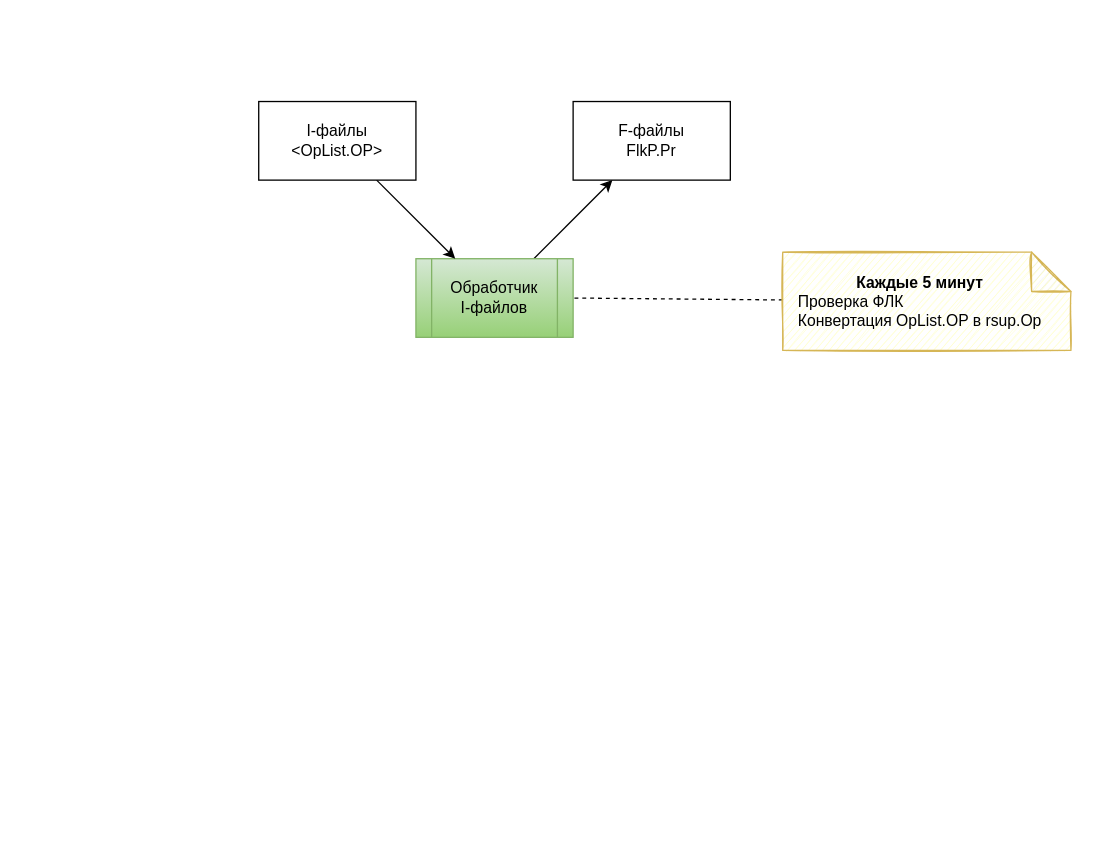
The draw.io diagram erz-proc.drawio in yuraigle/drawio-files, before the edit. Source tidied: cells renumbered, new cells numbered last; positions are measured from the earlier drawing's top-left corner, leaving out a move shared by most shapes. Both pictures are drawn from the tidied source at 131%, with x=0, y=0 at pixel (258, 101).
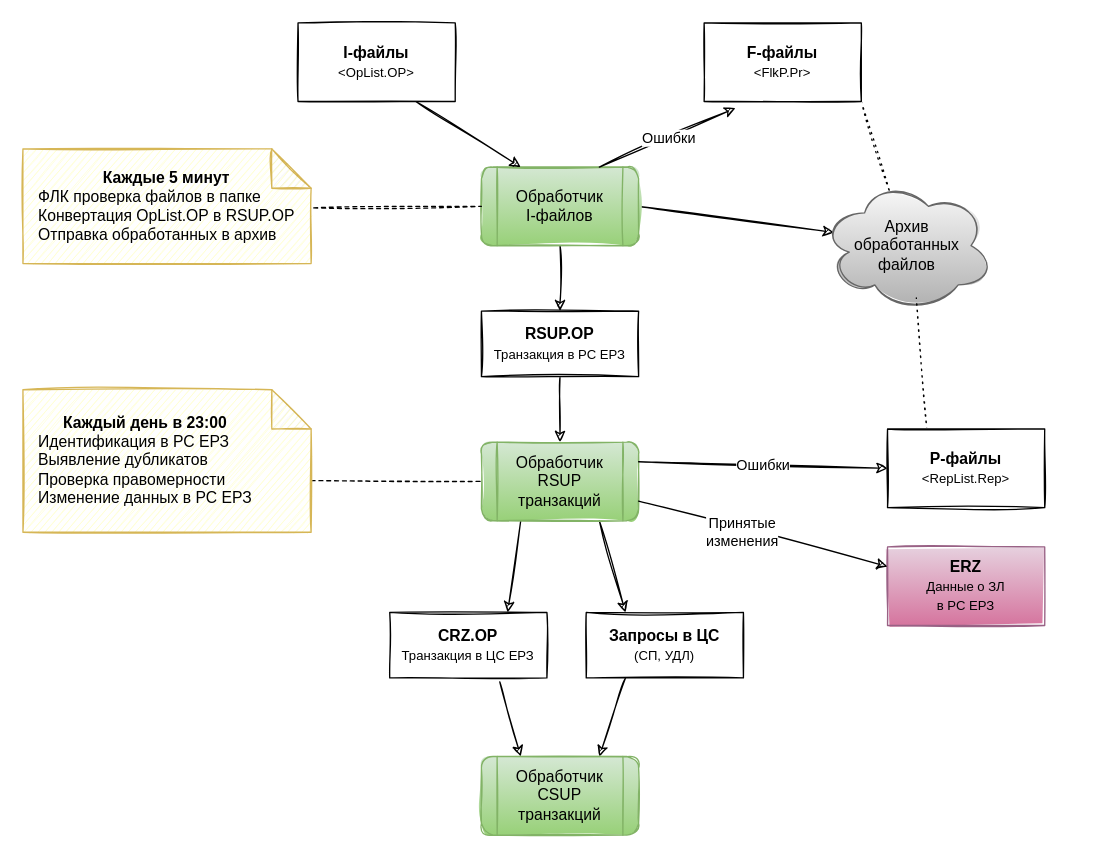
The same diagram, later.

Diff of the diagram source:
```diff
@@
-    <mxCell id="2" style="edgeStyle=none;rounded=0;jettySize=auto;html=1;exitX=0.75;exitY=0;exitDx=0;exitDy=0;entryX=0.25;entryY=1;entryDx=0;entryDy=0;startArrow=none;startFill=0;endArrow=classic;endFill=1;" parent="1" edge="1" source="3" target="8">
-      <mxGeometry relative="1" as="geometry" />
-    </mxCell>
+    <mxCell id="9" style="edgeStyle=orthogonalEdgeStyle;rounded=0;jettySize=auto;html=1;exitX=0.5;exitY=1;exitDx=0;exitDy=0;entryX=0.5;entryY=0;entryDx=0;entryDy=0;sketch=1;" parent="1" edge="1" source="3" target="13">
+      <mxGeometry relative="1" as="geometry" />
+    </mxCell>
+    <mxCell id="10" style="edgeStyle=none;rounded=0;jettySize=auto;html=1;exitX=1;exitY=0.5;exitDx=0;exitDy=0;entryX=0.07;entryY=0.4;entryDx=0;entryDy=0;entryPerimeter=0;endArrow=classic;endFill=1;sketch=1;" parent="1" edge="1" source="3" target="19">
+      <mxGeometry relative="1" as="geometry" />
+    </mxCell>
-    <mxCell id="3" value="Обработчик&lt;br&gt;I-файлов" style="shape=process;whiteSpace=wrap;html=1;backgroundOutline=1;fillColor=#d5e8d4;gradientColor=#97d077;strokeColor=#82b366;" parent="1" vertex="1">
-      <mxGeometry x="120" y="120" width="120" height="60" as="geometry" />
+    <mxCell id="3" value="Обработчик&lt;br&gt;I-файлов" style="shape=process;whiteSpace=wrap;html=1;backgroundOutline=1;fillColor=#d5e8d4;gradientColor=#97d077;strokeColor=#82b366;sketch=1;rounded=1;" parent="1" vertex="1">
+      <mxGeometry x="170" y="50" width="120" height="60" as="geometry" />
     </mxCell>
-    <mxCell id="4" style="jettySize=auto;html=1;entryX=1;entryY=0.5;entryDx=0;entryDy=0;rounded=0;endArrow=none;endFill=0;dashed=1;" parent="1" edge="1" source="5" target="3">
+    <mxCell id="4" style="jettySize=auto;html=1;entryX=0;entryY=0.5;entryDx=0;entryDy=0;rounded=0;endArrow=none;endFill=0;dashed=1;exitX=1.009;exitY=0.514;exitDx=0;exitDy=0;exitPerimeter=0;sketch=1;" parent="1" edge="1" source="5" target="3">
       <mxGeometry relative="1" as="geometry" />
     </mxCell>
-    <mxCell id="5" value="&lt;div style=&quot;text-align: center&quot;&gt;&lt;b&gt;Каждые 5 минут&lt;/b&gt;&lt;/div&gt;Проверка ФЛК&lt;br&gt;Конвертация OpList.OP в rsup.Op" style="shape=note;whiteSpace=wrap;html=1;backgroundOutline=1;darkOpacity=0.05;strokeColor=#d6b656;fillColor=#FFFFCC;align=left;shadow=0;sketch=1;spacingLeft=10;spacingRight=10;" parent="1" vertex="1">
-      <mxGeometry x="400" y="115" width="220" height="75" as="geometry" />
+    <mxCell id="5" value="&lt;div style=&quot;text-align: center&quot;&gt;&lt;b&gt;Каждые 5 минут&lt;/b&gt;&lt;/div&gt;ФЛК проверка файлов в папке&lt;br&gt;Конвертация OpList.OP в RSUP.OP&lt;br&gt;Отправка обработанных в архив" style="shape=note;whiteSpace=wrap;html=1;backgroundOutline=1;darkOpacity=0.05;strokeColor=#d6b656;fillColor=#FFFFCC;align=left;shadow=0;sketch=1;spacingLeft=10;spacingRight=10;" parent="1" vertex="1">
+      <mxGeometry x="-180" y="36.2" width="220" height="87.5" as="geometry" />
     </mxCell>
-    <mxCell id="6" style="edgeStyle=none;rounded=0;jettySize=auto;html=1;exitX=0.75;exitY=1;exitDx=0;exitDy=0;entryX=0.25;entryY=0;entryDx=0;entryDy=0;endArrow=classic;endFill=1;startArrow=none;startFill=0;" parent="1" edge="1" source="7" target="3">
+    <mxCell id="6" style="edgeStyle=none;rounded=0;jettySize=auto;html=1;exitX=0.75;exitY=1;exitDx=0;exitDy=0;entryX=0.25;entryY=0;entryDx=0;entryDy=0;endArrow=classic;endFill=1;startArrow=none;startFill=0;sketch=1;" parent="1" edge="1" source="7" target="3">
       <mxGeometry relative="1" as="geometry" />
     </mxCell>
-    <mxCell id="7" value="&lt;span&gt;I-файлы&lt;/span&gt;&lt;br&gt;&lt;span&gt;&amp;lt;OpList.OP&amp;gt;&lt;/span&gt;" style="rounded=0;whiteSpace=wrap;html=1;" parent="1" vertex="1">
-      <mxGeometry width="120" height="60" as="geometry" />
+    <mxCell id="7" value="&lt;span&gt;&lt;b&gt;I-файлы&lt;/b&gt;&lt;/span&gt;&lt;br&gt;&lt;span&gt;&lt;font style=&quot;font-size: 10px&quot;&gt;&amp;lt;OpList.OP&amp;gt;&lt;/font&gt;&lt;/span&gt;" style="rounded=0;whiteSpace=wrap;html=1;sketch=1;" parent="1" vertex="1">
+      <mxGeometry x="30" y="-60" width="120" height="60" as="geometry" />
     </mxCell>
+    <mxCell id="11" style="edgeStyle=none;rounded=0;sketch=1;jettySize=auto;html=1;exitX=1;exitY=1;exitDx=0;exitDy=0;entryX=0.4;entryY=0.1;entryDx=0;entryDy=0;entryPerimeter=0;dashed=1;endArrow=none;endFill=0;dashPattern=1 4;" parent="1" edge="1" source="8" target="19">
+      <mxGeometry relative="1" as="geometry" />
+    </mxCell>
-    <mxCell id="8" value="&lt;span&gt;F-файлы&lt;/span&gt;&lt;br&gt;&lt;span&gt;FlkP.Pr&lt;/span&gt;" style="rounded=0;whiteSpace=wrap;html=1;" parent="1" vertex="1">
-      <mxGeometry x="240" width="120" height="60" as="geometry" />
+    <mxCell id="8" value="&lt;span&gt;&lt;b&gt;F-файлы&lt;/b&gt;&lt;/span&gt;&lt;br&gt;&lt;span&gt;&lt;font style=&quot;font-size: 10px&quot;&gt;&amp;lt;FlkP.Pr&amp;gt;&lt;/font&gt;&lt;/span&gt;" style="rounded=0;whiteSpace=wrap;html=1;sketch=1;" parent="1" vertex="1">
+      <mxGeometry x="340" y="-60" width="120" height="60" as="geometry" />
     </mxCell>
+    <mxCell id="12" style="edgeStyle=orthogonalEdgeStyle;rounded=0;jettySize=auto;html=1;exitX=0.5;exitY=1;exitDx=0;exitDy=0;entryX=0.5;entryY=0;entryDx=0;entryDy=0;sketch=1;" parent="1" edge="1" source="13" target="16">
+      <mxGeometry relative="1" as="geometry" />
+    </mxCell>
+    <mxCell id="13" value="&lt;b&gt;RSUP.OP&lt;/b&gt;&lt;br&gt;&lt;font style=&quot;font-size: 10px&quot;&gt;Транзакция в РС ЕРЗ&lt;/font&gt;" style="rounded=0;whiteSpace=wrap;html=1;sketch=1;" parent="1" vertex="1">
+      <mxGeometry x="170" y="160" width="120" height="50" as="geometry" />
+    </mxCell>
+    <mxCell id="14" style="edgeStyle=none;rounded=0;sketch=1;jettySize=auto;html=1;exitX=0.25;exitY=1;exitDx=0;exitDy=0;entryX=0.75;entryY=0;entryDx=0;entryDy=0;endArrow=classic;endFill=1;" parent="1" edge="1" source="16" target="29">
+      <mxGeometry relative="1" as="geometry" />
+    </mxCell>
+    <mxCell id="15" style="edgeStyle=none;rounded=0;sketch=1;jettySize=auto;html=1;exitX=0.75;exitY=1;exitDx=0;exitDy=0;entryX=0.25;entryY=0;entryDx=0;entryDy=0;endArrow=classic;endFill=1;" parent="1" edge="1" source="16" target="31">
+      <mxGeometry relative="1" as="geometry" />
+    </mxCell>
+    <mxCell id="16" value="Обработчик&lt;br&gt;RSUP транзакций" style="shape=process;whiteSpace=wrap;html=1;backgroundOutline=1;gradientColor=#97d077;fillColor=#d5e8d4;strokeColor=#82b366;sketch=1;rounded=1;" parent="1" vertex="1">
+      <mxGeometry x="170" y="260" width="120" height="60" as="geometry" />
+    </mxCell>
+    <mxCell id="17" style="rounded=0;jettySize=auto;html=1;exitX=0;exitY=0;exitDx=220;exitDy=69.375;exitPerimeter=0;entryX=0;entryY=0.5;entryDx=0;entryDy=0;dashed=1;endArrow=none;endFill=0;sketch=1;" parent="1" edge="1" source="18" target="16">
+      <mxGeometry relative="1" as="geometry" />
+    </mxCell>
+    <mxCell id="18" value="&lt;div style=&quot;text-align: center&quot;&gt;&lt;b&gt;Каждый день в 23:00&lt;/b&gt;&lt;/div&gt;Идентификация в РС ЕРЗ&lt;br&gt;Выявление дубликатов&lt;br&gt;Проверка правомерности&lt;br&gt;Изменение данных в РС ЕРЗ" style="shape=note;whiteSpace=wrap;html=1;backgroundOutline=1;darkOpacity=0.05;strokeColor=#d6b656;fillColor=#FFFFCC;align=left;shadow=0;sketch=1;spacingLeft=10;spacingRight=10;" parent="1" vertex="1">
+      <mxGeometry x="-180" y="220" width="220" height="108.8" as="geometry" />
+    </mxCell>
+    <mxCell id="19" value="Архив&lt;br&gt;обработанных&lt;br&gt;файлов" style="ellipse;shape=cloud;whiteSpace=wrap;html=1;gradientColor=#b3b3b3;fillColor=#f5f5f5;strokeColor=#666666;sketch=1;" parent="1" vertex="1">
+      <mxGeometry x="430" y="60" width="130" height="100" as="geometry" />
+    </mxCell>
+    <mxCell id="20" value="&lt;b&gt;ERZ&lt;/b&gt;&lt;br&gt;&lt;font style=&quot;font-size: 10px&quot;&gt;Данные о ЗЛ&lt;br&gt;в РС ЕРЗ&lt;/font&gt;" style="rounded=0;whiteSpace=wrap;html=1;sketch=1;gradientColor=#d5739d;fillColor=#e6d0de;strokeColor=#996185;" parent="1" vertex="1">
+      <mxGeometry x="480" y="340" width="120" height="60" as="geometry" />
+    </mxCell>
+    <mxCell id="21" style="edgeStyle=none;rounded=0;sketch=1;jettySize=auto;html=1;exitX=0.25;exitY=0;exitDx=0;exitDy=0;endArrow=none;endFill=0;dashed=1;dashPattern=1 4;" parent="1" edge="1" source="22">
+      <mxGeometry relative="1" as="geometry">
+        <mxPoint x="502" y="150" as="targetPoint" />
+      </mxGeometry>
+    </mxCell>
+    <mxCell id="22" value="&lt;b&gt;P-файлы&lt;/b&gt;&lt;br&gt;&lt;font style=&quot;font-size: 10px&quot;&gt;&amp;lt;RepList.Rep&amp;gt;&lt;/font&gt;" style="rounded=0;whiteSpace=wrap;html=1;sketch=1;" parent="1" vertex="1">
+      <mxGeometry x="480" y="250" width="120" height="60" as="geometry" />
+    </mxCell>
+    <mxCell id="23" style="endArrow=classic;html=1;exitX=1;exitY=0.75;exitDx=0;exitDy=0;entryX=0;entryY=0.25;entryDx=0;entryDy=0;sketch=1;" parent="1" edge="1" source="16" target="20">
+      <mxGeometry relative="1" as="geometry" />
+    </mxCell>
+    <mxCell id="24" value="Принятые&lt;br&gt;изменения" style="edgeLabel;html=1;align=center;verticalAlign=middle;" parent="23" vertex="1">
+      <mxGeometry x="-0.34" y="2" relative="1" as="geometry">
+        <mxPoint x="15.1" y="9.1" as="offset" />
+      </mxGeometry>
+    </mxCell>
+    <mxCell id="25" style="endArrow=classic;html=1;exitX=1;exitY=0.25;exitDx=0;exitDy=0;entryX=0;entryY=0.5;entryDx=0;entryDy=0;sketch=1;" parent="1" edge="1" source="16" target="22">
+      <mxGeometry relative="1" as="geometry" />
+    </mxCell>
+    <mxCell id="26" value="Ошибки" style="edgeLabel;html=1;align=center;verticalAlign=middle;" parent="25" vertex="1">
+      <mxGeometry relative="1" as="geometry" />
+    </mxCell>
+    <mxCell id="2" style="endArrow=classic;html=1;exitX=0.75;exitY=0;exitDx=0;exitDy=0;entryX=0.2;entryY=1.083;entryDx=0;entryDy=0;sketch=1;entryPerimeter=0;" parent="1" edge="1" source="3" target="8">
+      <mxGeometry relative="1" as="geometry" />
+    </mxCell>
+    <mxCell id="27" value="Ошибки" style="edgeLabel;html=1;align=center;verticalAlign=middle;" parent="2" vertex="1">
+      <mxGeometry relative="1" as="geometry" />
+    </mxCell>
+    <mxCell id="28" style="edgeStyle=none;rounded=0;sketch=1;jettySize=auto;html=1;exitX=0.7;exitY=1.06;exitDx=0;exitDy=0;entryX=0.25;entryY=0;entryDx=0;entryDy=0;endArrow=classic;endFill=1;exitPerimeter=0;" parent="1" edge="1" source="29" target="32">
+      <mxGeometry relative="1" as="geometry" />
+    </mxCell>
+    <mxCell id="29" value="&lt;b&gt;CRZ.OP&lt;/b&gt;&lt;br&gt;&lt;font style=&quot;font-size: 10px&quot;&gt;Транзакция в ЦС ЕРЗ&lt;/font&gt;" style="rounded=0;whiteSpace=wrap;html=1;sketch=1;" parent="1" vertex="1">
+      <mxGeometry x="100" y="390" width="120" height="50" as="geometry" />
+    </mxCell>
+    <mxCell id="30" style="edgeStyle=none;rounded=0;sketch=1;jettySize=auto;html=1;exitX=0.25;exitY=1;exitDx=0;exitDy=0;entryX=0.75;entryY=0;entryDx=0;entryDy=0;endArrow=classic;endFill=1;" parent="1" edge="1" source="31" target="32">
+      <mxGeometry relative="1" as="geometry" />
+    </mxCell>
+    <mxCell id="31" value="&lt;b&gt;Запросы в ЦС&lt;/b&gt;&lt;br&gt;&lt;font style=&quot;font-size: 10px&quot;&gt;(СП, УДЛ)&lt;/font&gt;" style="rounded=0;whiteSpace=wrap;html=1;sketch=1;" parent="1" vertex="1">
+      <mxGeometry x="250" y="390" width="120" height="50" as="geometry" />
+    </mxCell>
+    <mxCell id="32" value="Обработчик&lt;br&gt;CSUP&lt;br&gt;транзакций" style="shape=process;whiteSpace=wrap;html=1;backgroundOutline=1;sketch=1;gradientColor=#97d077;fillColor=#d5e8d4;strokeColor=#82b366;rounded=1;glass=0;" parent="1" vertex="1">
+      <mxGeometry x="170" y="500" width="120" height="60" as="geometry" />
+    </mxCell>
```
